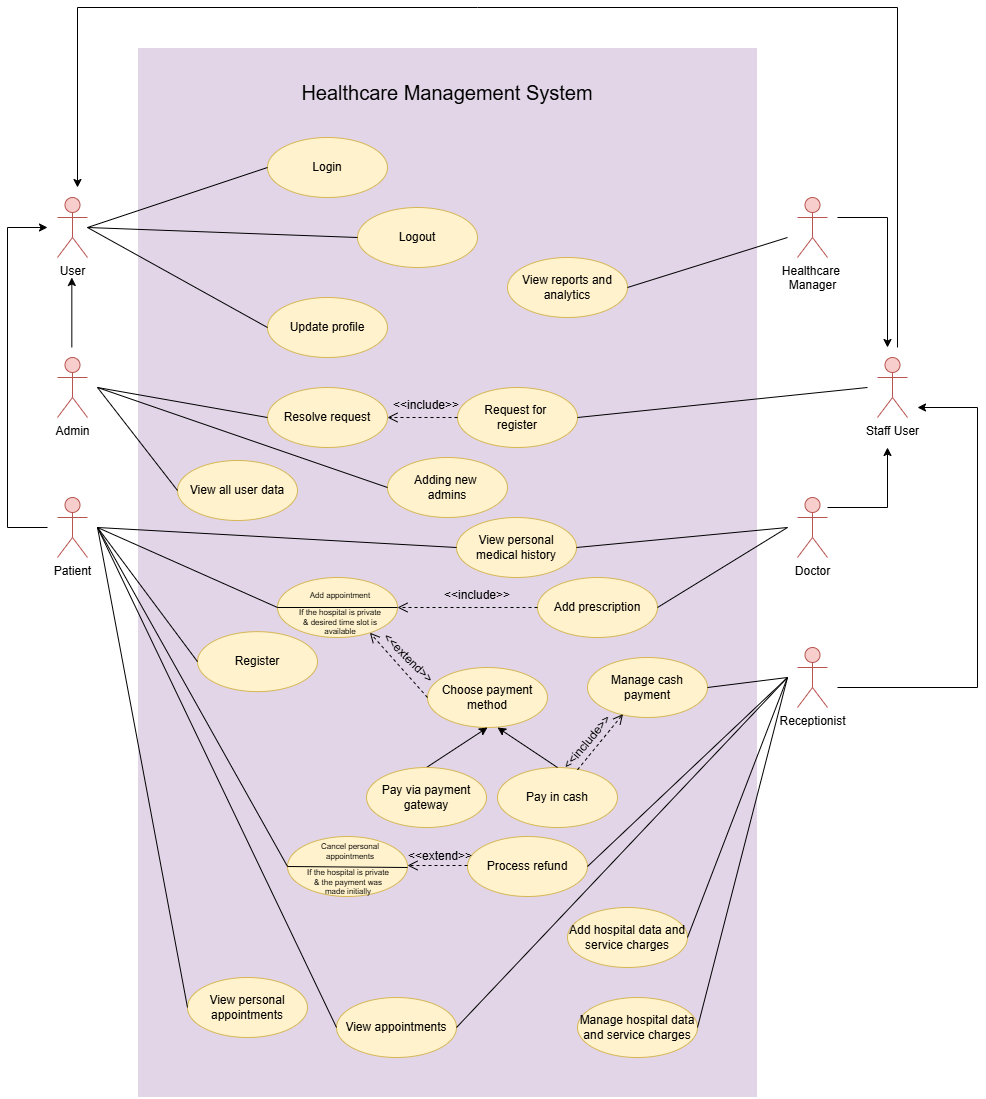
This is docs/usecase-diagram/use-case-diagram.png from RadithSandeepa/healthcare-system, a draw.io export, as it was before one commit. Source tidied: cells renumbered, new cells last; positions are measured from the earlier drawing's top-left corner, leaving out a move shared by most shapes.
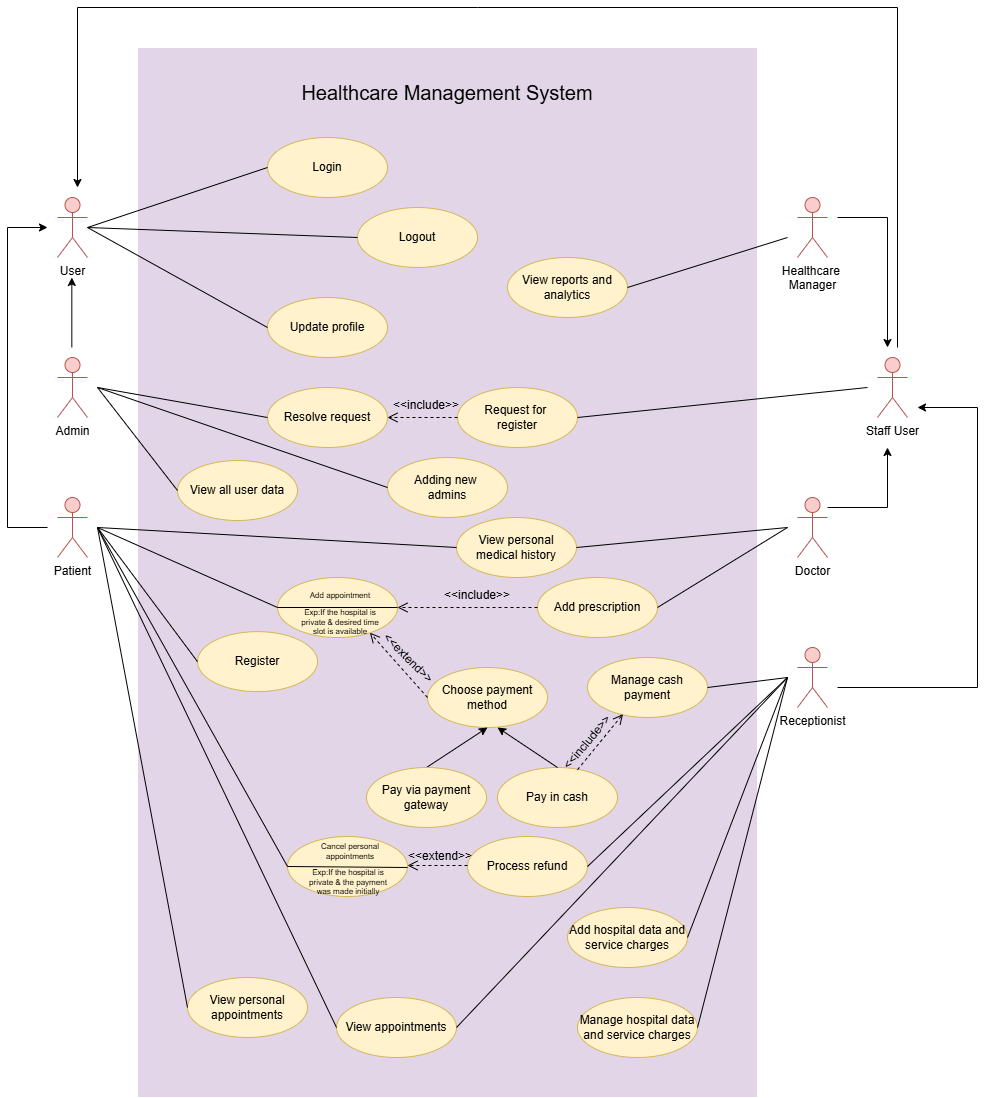
The same diagram one commit later.

Commit message:
Fixed use case diagram

What changed in the source:
```diff
@@ -304,7 +304,7 @@
         <mxPoint x="270" y="600" as="sourcePoint" />
       </mxGeometry>
     </mxCell>
-    <mxCell id="74" value="&lt;span style=&quot;&quot;&gt;If the hospital is private &amp;amp;&amp;nbsp;desired time slot is available&lt;/span&gt;" style="text;html=1;align=center;verticalAlign=middle;whiteSpace=wrap;rounded=0;fontSize=8;" parent="1" vertex="1">
+    <mxCell id="74" value="&lt;span style=&quot;&quot;&gt;Exp:If the hospital is private &amp;amp;&amp;nbsp;desired time slot is available&lt;/span&gt;" style="text;html=1;align=center;verticalAlign=middle;whiteSpace=wrap;rounded=0;fontSize=8;" parent="1" vertex="1">
       <mxGeometry x="290" y="600" width="86" height="30" as="geometry" />
     </mxCell>
     <mxCell id="75" style="endArrow=none;html=1;rounded=0;exitX=0;exitY=0.5;exitDx=0;exitDy=0;" parent="1" edge="1" source="34">
@@ -312,7 +312,7 @@
         <mxPoint x="400" y="860" as="targetPoint" />
       </mxGeometry>
     </mxCell>
-    <mxCell id="76" value="&lt;span style=&quot;&quot;&gt;If the hospital is private &amp;amp; the payment was made initially&lt;/span&gt;" style="text;html=1;align=center;verticalAlign=middle;whiteSpace=wrap;rounded=0;fontSize=8;" parent="1" vertex="1">
+    <mxCell id="76" value="&lt;span style=&quot;&quot;&gt;Exp:If the hospital is private &amp;amp; the payment was made initially&lt;/span&gt;" style="text;html=1;align=center;verticalAlign=middle;whiteSpace=wrap;rounded=0;fontSize=8;" parent="1" vertex="1">
       <mxGeometry x="298" y="860" width="86" height="30" as="geometry" />
     </mxCell>
     <mxCell id="77" value="Cancel personal appointments" style="text;html=1;align=center;verticalAlign=middle;whiteSpace=wrap;rounded=0;fontSize=8;" parent="1" vertex="1">
```
